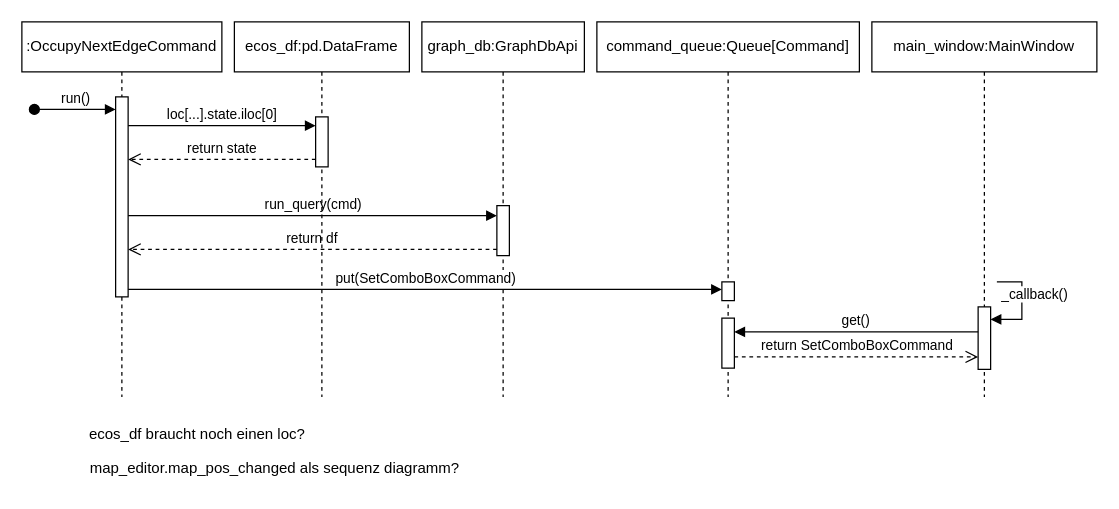
Earlier version of the draw.io diagram procedural/OccupyNextEdgeCommand.drawio (pascalreiss/draw_io_stuff). Source tidied: cells renumbered, new cells numbered last; positions are measured from the earlier drawing's top-left corner, leaving out a move shared by most shapes. Both pictures are drawn from the tidied source at 125%, with x=0, y=0 at pixel (21, 21).
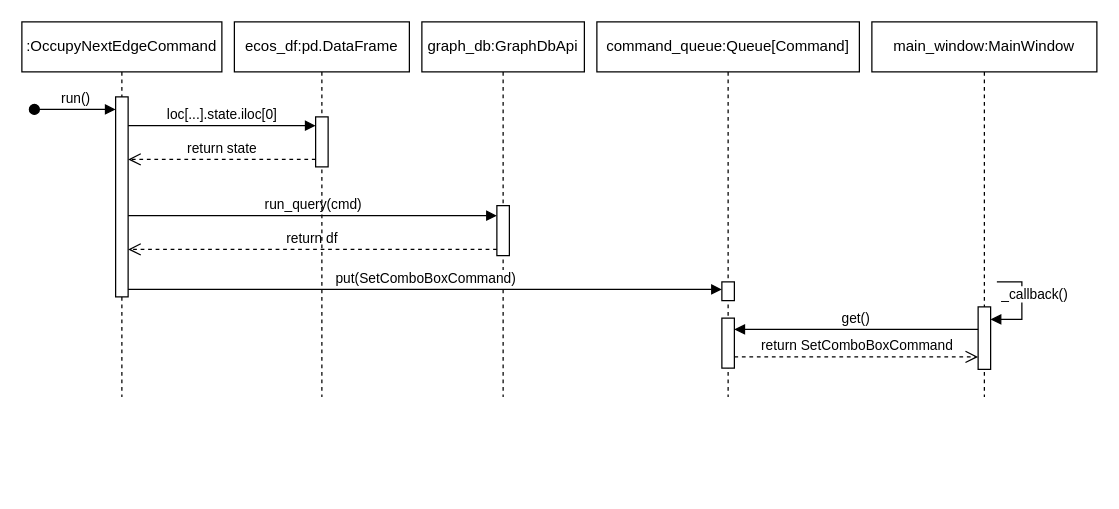
Above is the later version.

Unchanged cells that the change refers to:
```xml
<mxCell id="11" style="html=1;points=[[0,0,0,0,5],[0,1,0,0,-5],[1,0,0,0,5],[1,1,0,0,-5]];perimeter=orthogonalPerimeter;outlineConnect=0;targetShapes=umlLifeline;portConstraint=eastwest;newEdgeStyle={&quot;curved&quot;:0,&quot;rounded&quot;:0};" parent="9" vertex="1">
  <mxGeometry x="100" y="237" width="10" height="40" as="geometry" />
</mxCell>
<mxCell id="13" style="html=1;points=[[0,0,0,0,5],[0,1,0,0,-5],[1,0,0,0,5],[1,1,0,0,-5]];perimeter=orthogonalPerimeter;outlineConnect=0;targetShapes=umlLifeline;portConstraint=eastwest;newEdgeStyle={&quot;curved&quot;:0,&quot;rounded&quot;:0};" parent="12" vertex="1">
  <mxGeometry x="85" y="228" width="10" height="50" as="geometry" />
</mxCell>
```

The edit, as a diff of the source:
```diff
@@
-    <mxCell id="5" value="ecos_df braucht noch einen loc?" style="text;html=1;align=center;verticalAlign=middle;strokeColor=none;fillColor=none;" parent="1" vertex="1">
-      <mxGeometry x="40" y="315" width="200" height="30" as="geometry" />
-    </mxCell>
-    <mxCell id="6" value="map_editor.map_pos_changed als sequenz diagramm?" style="text;html=1;align=center;verticalAlign=middle;strokeColor=none;fillColor=none;" parent="1" vertex="1">
-      <mxGeometry x="42" y="342" width="320" height="30" as="geometry" />
-    </mxCell>
@@
-    <mxCell id="18" value="get()" style="html=1;verticalAlign=bottom;endArrow=block;curved=0;rounded=0;" parent="1" edge="1" source="13" target="11">
+    <mxCell id="18" value="get()" style="html=1;verticalAlign=bottom;endArrow=block;curved=0;rounded=0;" parent="1" edge="1">
       <mxGeometry relative="1" as="geometry">
+        <mxPoint x="765" y="246" as="sourcePoint" />
+        <mxPoint x="570" y="246" as="targetPoint" />
         <Array as="points">
-          <mxPoint x="670" y="248" />
+          <mxPoint x="670" y="246" />
         </Array>
       </mxGeometry>
     </mxCell>
```
